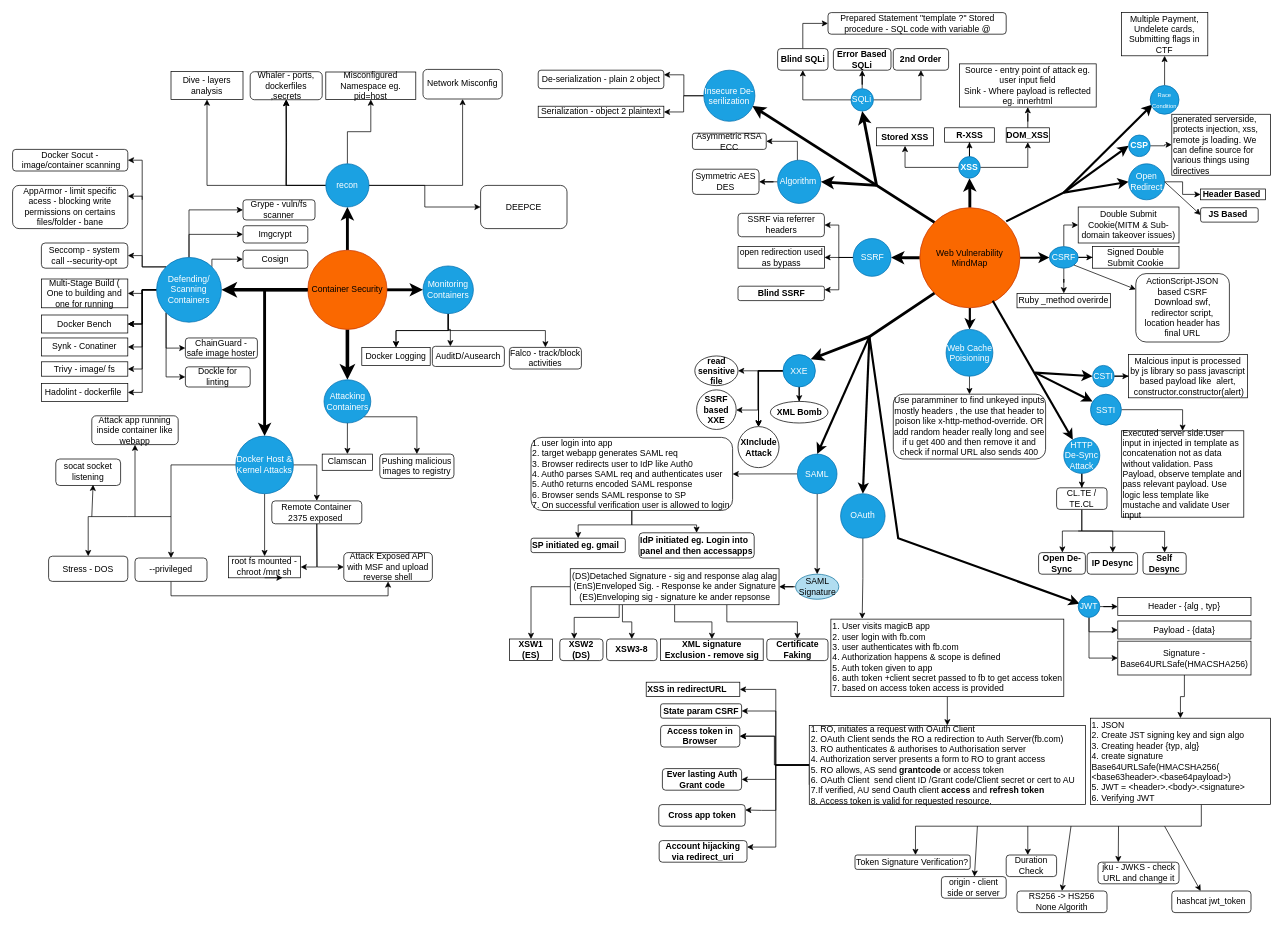
Before: vulns.drawio in mkpmanish/bounty, a draw.io diagram. Source tidied: cells renumbered, new cells numbered last; positions are measured from the earlier drawing's top-left corner, leaving out a move shared by most shapes. Both pictures are drawn from the tidied source at 72%, with x=0, y=0 at pixel (12, 12).
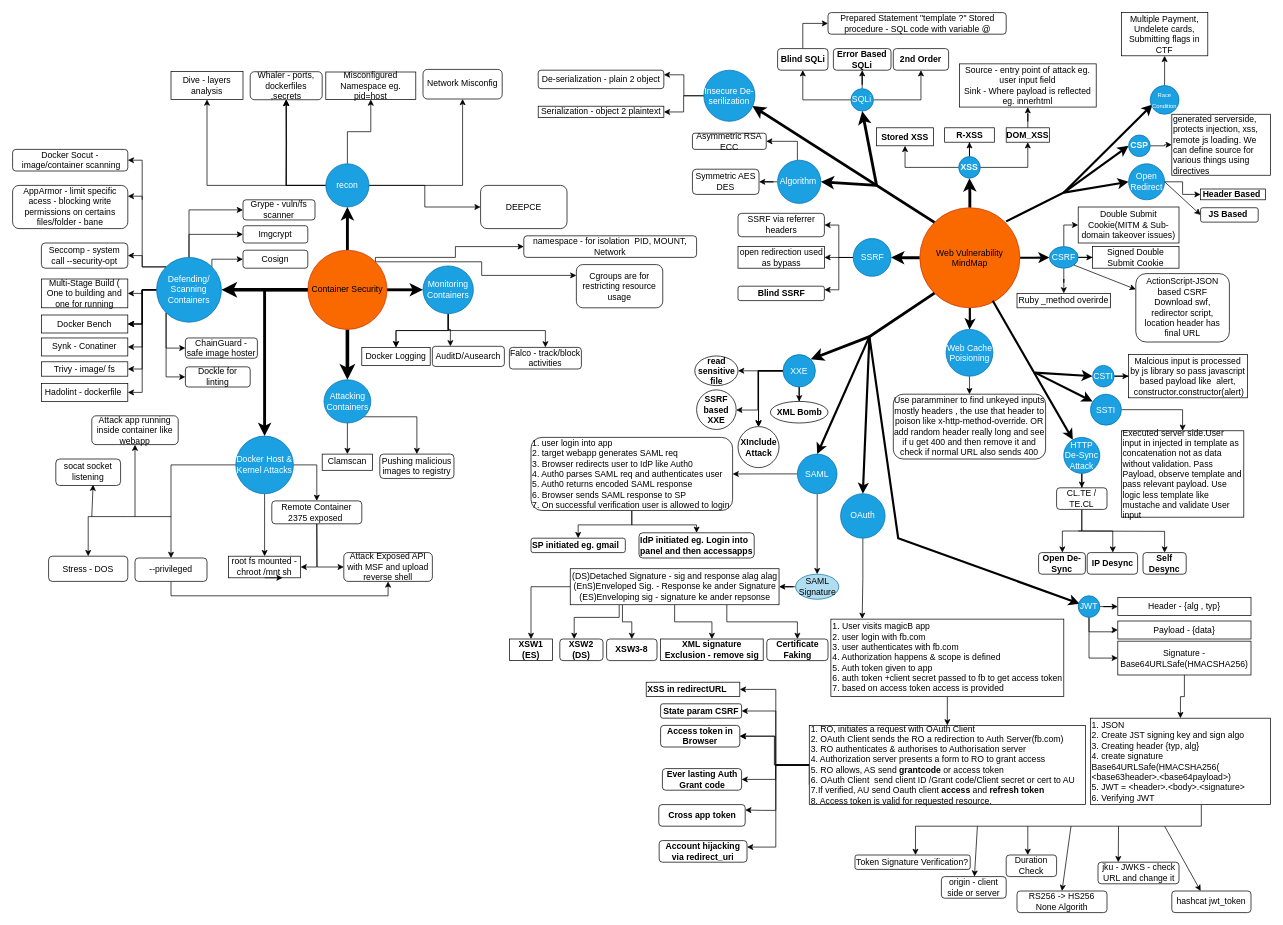
The same diagram, later.

Unchanged cells that the change refers to:
```xml
<mxCell id="169" value="Container Security" style="ellipse;whiteSpace=wrap;html=1;fillColor=#fa6800;fontColor=#000000;strokeColor=#C73500;" parent="1" vertex="1">
  <mxGeometry x="410" y="330" width="110" height="110" as="geometry" />
</mxCell>
```

Change to the diagram source:
```diff
@@
+    <mxCell id="244" style="edgeStyle=orthogonalEdgeStyle;rounded=0;jettySize=auto;html=1;exitX=1;exitY=0;exitDx=0;exitDy=0;entryX=0;entryY=0.5;entryDx=0;entryDy=0;" parent="1" edge="1" source="169" target="246">
+      <mxGeometry relative="1" as="geometry">
+        <Array as="points">
+          <mxPoint x="504" y="340" />
+          <mxPoint x="615" y="340" />
+          <mxPoint x="615" y="325" />
+        </Array>
+      </mxGeometry>
+    </mxCell>
+    <mxCell id="245" style="edgeStyle=orthogonalEdgeStyle;rounded=0;jettySize=auto;html=1;exitX=1;exitY=0;exitDx=0;exitDy=0;entryX=0;entryY=0.25;entryDx=0;entryDy=0;" parent="1" edge="1" source="169" target="247">
+      <mxGeometry relative="1" as="geometry" />
+    </mxCell>
@@
+    <mxCell id="246" value="namespace - for isolation &amp;nbsp;PID, MOUNT, Network" style="rounded=1;whiteSpace=wrap;html=1;" parent="1" vertex="1">
+      <mxGeometry x="710" y="310" width="240" height="30" as="geometry" />
+    </mxCell>
+    <mxCell id="247" value="Cgroups are for restricting resource usage" style="rounded=1;whiteSpace=wrap;html=1;" parent="1" vertex="1">
+      <mxGeometry x="783" y="350" width="120" height="60" as="geometry" />
+    </mxCell>
```
